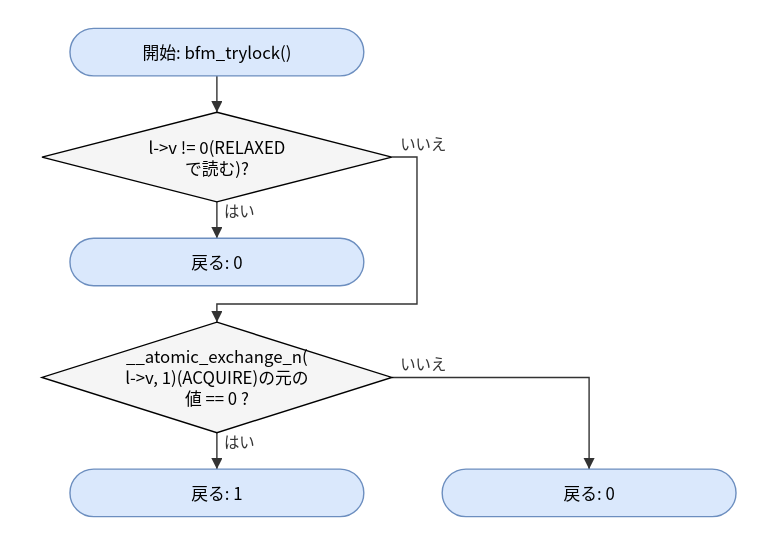
The draw.io diagram doc/spec/images/flow_src_bfm_internal-bfm_trylock.drawio.svg in hf355051012-ai/bfmem, before a commit. Source tidied: cells renumbered, new cells last; positions are measured from the earlier drawing's top-left corner, leaving out a move shared by most shapes. The source it was exported from:
```xml
<mxGraphModel>
  <root>
    <mxCell id="0" />
    <mxCell id="1" parent="0" />
    <mxCell id="2" value="開始: bfm_trylock()" style="rounded=1;arcSize=50;whiteSpace=wrap;html=1;fillColor=#dae8fc;strokeColor=#6c8ebf;" parent="1" vertex="1">
      <mxGeometry x="20" width="210" height="34" as="geometry" />
    </mxCell>
    <mxCell id="3" value="l-&amp;gt;v != 0(RELAXED&lt;br&gt;で読む)?" style="rhombus;whiteSpace=wrap;html=1;fillColor=#f5f5f5;" parent="1" vertex="1">
      <mxGeometry y="60" width="250" height="64" as="geometry" />
    </mxCell>
    <mxCell id="4" value="戻る: 0" style="rounded=1;arcSize=50;whiteSpace=wrap;html=1;fillColor=#dae8fc;strokeColor=#6c8ebf;" parent="1" vertex="1">
      <mxGeometry x="20" y="150" width="210" height="34" as="geometry" />
    </mxCell>
    <mxCell id="5" value="__atomic_exchange_n(&lt;br&gt;l-&amp;gt;v, 1)(ACQUIRE)の元の&lt;br&gt;値 == 0 ?" style="rhombus;whiteSpace=wrap;html=1;fillColor=#f5f5f5;" parent="1" vertex="1">
      <mxGeometry y="210" width="250" height="79" as="geometry" />
    </mxCell>
    <mxCell id="6" value="戻る: 1" style="rounded=1;arcSize=50;whiteSpace=wrap;html=1;fillColor=#dae8fc;strokeColor=#6c8ebf;" parent="1" vertex="1">
      <mxGeometry x="20" y="315" width="210" height="34" as="geometry" />
    </mxCell>
    <mxCell id="7" value="戻る: 0" style="rounded=1;arcSize=50;whiteSpace=wrap;html=1;fillColor=#dae8fc;strokeColor=#6c8ebf;" parent="1" vertex="1">
      <mxGeometry x="286" y="315" width="210" height="34" as="geometry" />
    </mxCell>
    <mxCell id="8" style="edgeStyle=none;html=1;rounded=0;endArrow=block;endFill=1;exitX=0.5000;exitY=1.0000;exitDx=0;exitDy=0;exitPerimeter=0;entryX=0.5000;entryY=0.0000;entryDx=0;entryDy=0;entryPerimeter=0;" parent="1" edge="1" source="2" target="3">
      <mxGeometry relative="1" as="geometry" />
    </mxCell>
    <mxCell id="9" value="はい" style="edgeStyle=none;html=1;rounded=0;endArrow=block;endFill=1;exitX=0.5000;exitY=1.0000;exitDx=0;exitDy=0;exitPerimeter=0;entryX=0.5000;entryY=0.0000;entryDx=0;entryDy=0;entryPerimeter=0;" parent="1" edge="1" source="3" target="4">
      <mxGeometry relative="1" as="geometry" />
    </mxCell>
    <mxCell id="10" value="いいえ" style="edgeStyle=none;html=1;rounded=0;endArrow=block;endFill=1;exitX=1.0000;exitY=0.5000;exitDx=0;exitDy=0;exitPerimeter=0;entryX=0.5000;entryY=0.0000;entryDx=0;entryDy=0;entryPerimeter=0;" parent="1" edge="1" source="3" target="5">
      <mxGeometry relative="1" as="geometry">
        <Array as="points">
          <mxPoint x="268" y="92" />
          <mxPoint x="268" y="197" />
          <mxPoint x="125" y="197" />
        </Array>
      </mxGeometry>
    </mxCell>
    <mxCell id="11" value="はい" style="edgeStyle=none;html=1;rounded=0;endArrow=block;endFill=1;exitX=0.5000;exitY=1.0000;exitDx=0;exitDy=0;exitPerimeter=0;entryX=0.5000;entryY=0.0000;entryDx=0;entryDy=0;entryPerimeter=0;" parent="1" edge="1" source="5" target="6">
      <mxGeometry relative="1" as="geometry" />
    </mxCell>
    <mxCell id="12" value="いいえ" style="edgeStyle=none;html=1;rounded=0;endArrow=block;endFill=1;exitX=1.0000;exitY=0.5000;exitDx=0;exitDy=0;exitPerimeter=0;entryX=0.5000;entryY=0.0000;entryDx=0;entryDy=0;entryPerimeter=0;" parent="1" edge="1" source="5" target="7">
      <mxGeometry relative="1" as="geometry">
        <Array as="points">
          <mxPoint x="391" y="249.5" />
        </Array>
      </mxGeometry>
    </mxCell>
  </root>
</mxGraphModel>
```
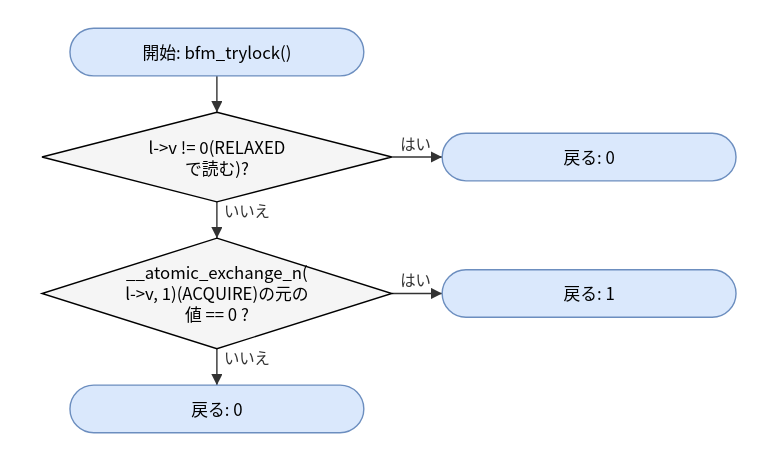
The same file after the commit.

What changed in the source:
```diff
@@ -9,41 +9,31 @@
       <mxGeometry y="60" width="250" height="64" as="geometry" />
     </mxCell>
     <mxCell id="4" value="戻る: 0" style="rounded=1;arcSize=50;whiteSpace=wrap;html=1;fillColor=#dae8fc;strokeColor=#6c8ebf;" parent="1" vertex="1">
-      <mxGeometry x="20" y="150" width="210" height="34" as="geometry" />
+      <mxGeometry x="286" y="75" width="210" height="34" as="geometry" />
     </mxCell>
     <mxCell id="5" value="__atomic_exchange_n(&lt;br&gt;l-&amp;gt;v, 1)(ACQUIRE)の元の&lt;br&gt;値 == 0 ?" style="rhombus;whiteSpace=wrap;html=1;fillColor=#f5f5f5;" parent="1" vertex="1">
-      <mxGeometry y="210" width="250" height="79" as="geometry" />
+      <mxGeometry y="150" width="250" height="79" as="geometry" />
     </mxCell>
     <mxCell id="6" value="戻る: 1" style="rounded=1;arcSize=50;whiteSpace=wrap;html=1;fillColor=#dae8fc;strokeColor=#6c8ebf;" parent="1" vertex="1">
-      <mxGeometry x="20" y="315" width="210" height="34" as="geometry" />
+      <mxGeometry x="286" y="172.5" width="210" height="34" as="geometry" />
     </mxCell>
     <mxCell id="7" value="戻る: 0" style="rounded=1;arcSize=50;whiteSpace=wrap;html=1;fillColor=#dae8fc;strokeColor=#6c8ebf;" parent="1" vertex="1">
-      <mxGeometry x="286" y="315" width="210" height="34" as="geometry" />
+      <mxGeometry x="20" y="255" width="210" height="34" as="geometry" />
     </mxCell>
     <mxCell id="8" style="edgeStyle=none;html=1;rounded=0;endArrow=block;endFill=1;exitX=0.5000;exitY=1.0000;exitDx=0;exitDy=0;exitPerimeter=0;entryX=0.5000;entryY=0.0000;entryDx=0;entryDy=0;entryPerimeter=0;" parent="1" edge="1" source="2" target="3">
       <mxGeometry relative="1" as="geometry" />
     </mxCell>
-    <mxCell id="9" value="はい" style="edgeStyle=none;html=1;rounded=0;endArrow=block;endFill=1;exitX=0.5000;exitY=1.0000;exitDx=0;exitDy=0;exitPerimeter=0;entryX=0.5000;entryY=0.0000;entryDx=0;entryDy=0;entryPerimeter=0;" parent="1" edge="1" source="3" target="4">
+    <mxCell id="9" value="はい" style="edgeStyle=none;html=1;rounded=0;endArrow=block;endFill=1;exitX=1.0000;exitY=0.5000;exitDx=0;exitDy=0;exitPerimeter=0;entryX=0.0000;entryY=0.5000;entryDx=0;entryDy=0;entryPerimeter=0;" parent="1" edge="1" source="3" target="4">
       <mxGeometry relative="1" as="geometry" />
     </mxCell>
-    <mxCell id="10" value="いいえ" style="edgeStyle=none;html=1;rounded=0;endArrow=block;endFill=1;exitX=1.0000;exitY=0.5000;exitDx=0;exitDy=0;exitPerimeter=0;entryX=0.5000;entryY=0.0000;entryDx=0;entryDy=0;entryPerimeter=0;" parent="1" edge="1" source="3" target="5">
-      <mxGeometry relative="1" as="geometry">
-        <Array as="points">
-          <mxPoint x="268" y="92" />
-          <mxPoint x="268" y="197" />
-          <mxPoint x="125" y="197" />
-        </Array>
-      </mxGeometry>
+    <mxCell id="10" value="いいえ" style="edgeStyle=none;html=1;rounded=0;endArrow=block;endFill=1;exitX=0.5000;exitY=1.0000;exitDx=0;exitDy=0;exitPerimeter=0;entryX=0.5000;entryY=0.0000;entryDx=0;entryDy=0;entryPerimeter=0;" parent="1" edge="1" source="3" target="5">
+      <mxGeometry relative="1" as="geometry" />
     </mxCell>
-    <mxCell id="11" value="はい" style="edgeStyle=none;html=1;rounded=0;endArrow=block;endFill=1;exitX=0.5000;exitY=1.0000;exitDx=0;exitDy=0;exitPerimeter=0;entryX=0.5000;entryY=0.0000;entryDx=0;entryDy=0;entryPerimeter=0;" parent="1" edge="1" source="5" target="6">
+    <mxCell id="11" value="はい" style="edgeStyle=none;html=1;rounded=0;endArrow=block;endFill=1;exitX=1.0000;exitY=0.5000;exitDx=0;exitDy=0;exitPerimeter=0;entryX=0.0000;entryY=0.5000;entryDx=0;entryDy=0;entryPerimeter=0;" parent="1" edge="1" source="5" target="6">
       <mxGeometry relative="1" as="geometry" />
     </mxCell>
-    <mxCell id="12" value="いいえ" style="edgeStyle=none;html=1;rounded=0;endArrow=block;endFill=1;exitX=1.0000;exitY=0.5000;exitDx=0;exitDy=0;exitPerimeter=0;entryX=0.5000;entryY=0.0000;entryDx=0;entryDy=0;entryPerimeter=0;" parent="1" edge="1" source="5" target="7">
-      <mxGeometry relative="1" as="geometry">
-        <Array as="points">
-          <mxPoint x="391" y="249.5" />
-        </Array>
-      </mxGeometry>
+    <mxCell id="12" value="いいえ" style="edgeStyle=none;html=1;rounded=0;endArrow=block;endFill=1;exitX=0.5000;exitY=1.0000;exitDx=0;exitDy=0;exitPerimeter=0;entryX=0.5000;entryY=0.0000;entryDx=0;entryDy=0;entryPerimeter=0;" parent="1" edge="1" source="5" target="7">
+      <mxGeometry relative="1" as="geometry" />
     </mxCell>
   </root>
 </mxGraphModel>
```
